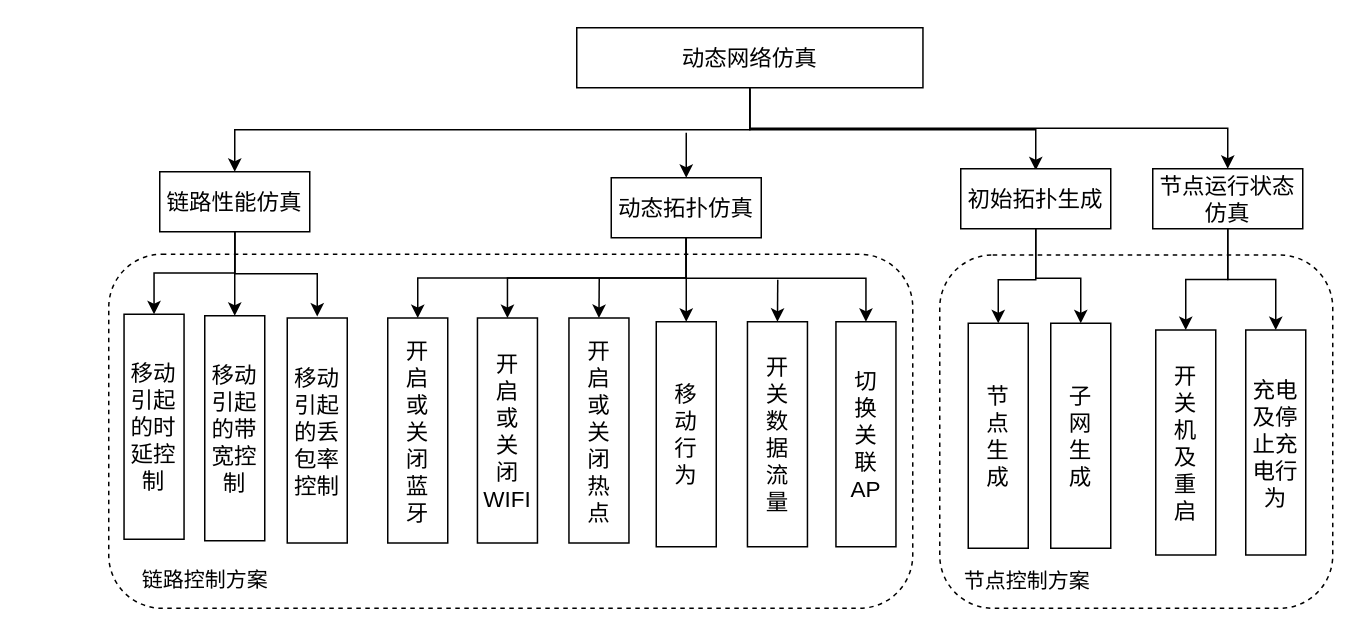
Icarus1994/neutron_conf keeps this draw.io diagram as page "动态网络仿真需求" (6 of 7) of 网络控制技术_流程图.drawio. Above is the earlier version. Source tidied: cells renumbered, new cells numbered last; positions are measured from the earlier drawing's top-left corner, leaving out a move shared by most shapes. Both pictures are drawn from the tidied source at 150%, with x=0, y=0 at pixel (108, 27).
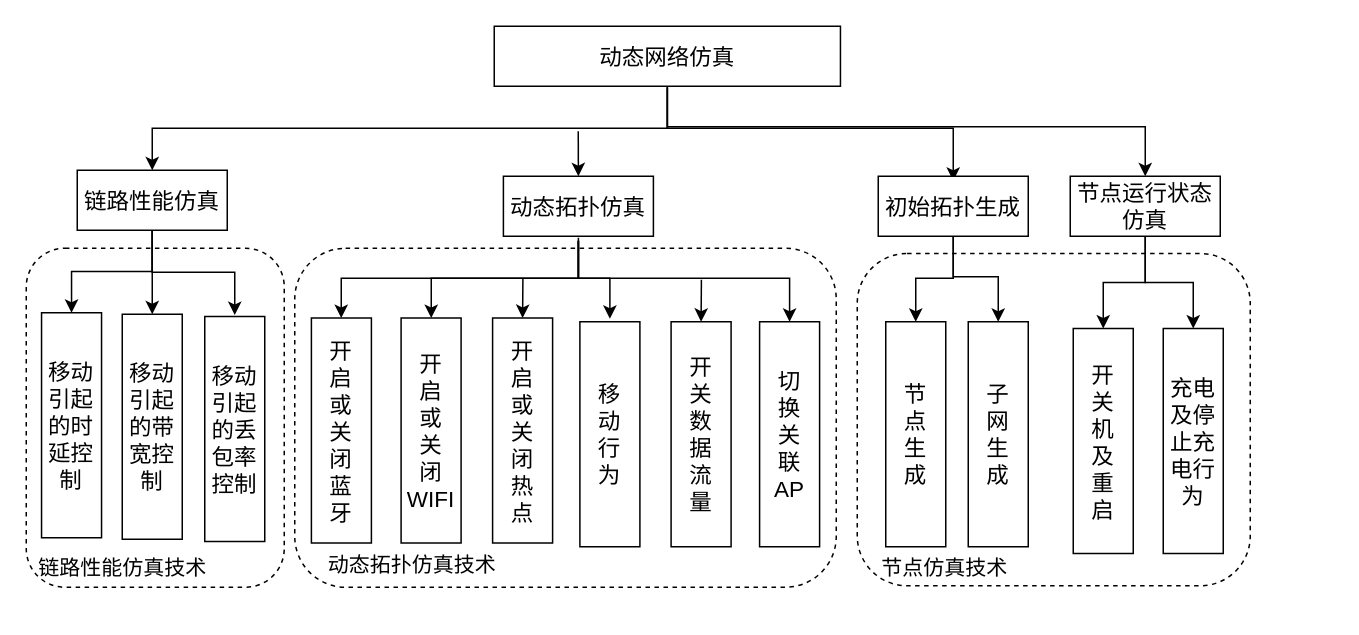
After the change.

What changed in the source:
```diff
@@
+    <mxCell id="41" style="rounded=1;whiteSpace=wrap;html=1;dashed=1;" parent="1" vertex="1">
+      <mxGeometry x="124" y="147" width="361" height="226" as="geometry" />
+    </mxCell>
     <mxCell id="2" style="rounded=1;whiteSpace=wrap;html=1;dashed=1;" parent="1" vertex="1">
-      <mxGeometry y="151" width="536" height="236" as="geometry" />
+      <mxGeometry x="-55" y="147" width="172" height="226" as="geometry" />
     </mxCell>
     <mxCell id="3" style="rounded=1;whiteSpace=wrap;html=1;dashed=1;" parent="1" vertex="1">
-      <mxGeometry x="554" y="151.5" width="262" height="235.5" as="geometry" />
+      <mxGeometry x="499" y="150.5" width="262" height="221.5" as="geometry" />
     </mxCell>
-    <mxCell id="4" style="edgeStyle=orthogonalEdgeStyle;rounded=0;orthogonalLoop=1;jettySize=auto;html=1;exitX=0.5;exitY=1;exitDx=0;exitDy=0;entryX=0.5;entryY=0;entryDx=0;entryDy=0;" parent="1" edge="1">
+    <mxCell id="4" style="edgeStyle=orthogonalEdgeStyle;rounded=0;orthogonalLoop=1;jettySize=auto;html=1;exitX=0.5;exitY=1;exitDx=0;exitDy=0;" parent="1" edge="1">
       <mxGeometry relative="1" as="geometry">
-        <mxPoint x="427.4" y="41" as="sourcePoint" />
-        <mxPoint x="618" y="95" as="targetPoint" />
+        <mxPoint x="372.4" y="40" as="sourcePoint" />
+        <mxPoint x="563" y="102" as="targetPoint" />
         <Array as="points">
-          <mxPoint x="427" y="68" />
-          <mxPoint x="618" y="68" />
+          <mxPoint x="372" y="67" />
+          <mxPoint x="563" y="67" />
         </Array>
       </mxGeometry>
     </mxCell>
     <mxCell id="5" style="edgeStyle=orthogonalEdgeStyle;rounded=0;jettySize=auto;html=1;exitX=0.5;exitY=1;exitDx=0;exitDy=0;entryX=0.5;entryY=0;entryDx=0;entryDy=0;" parent="1" edge="1" source="8" target="17">
       <mxGeometry relative="1" as="geometry">
         <Array as="points">
-          <mxPoint x="427" y="68" />
-          <mxPoint x="84" y="68" />
+          <mxPoint x="372" y="67" />
+          <mxPoint x="29" y="67" />
         </Array>
       </mxGeometry>
     </mxCell>
     <mxCell id="6" style="edgeStyle=orthogonalEdgeStyle;rounded=0;jettySize=auto;html=1;entryX=0.5;entryY=0;entryDx=0;entryDy=0;" parent="1" edge="1" target="24">
       <mxGeometry relative="1" as="geometry">
-        <mxPoint x="385" y="70" as="sourcePoint" />
+        <mxPoint x="313" y="69" as="sourcePoint" />
       </mxGeometry>
     </mxCell>
     <mxCell id="7" style="edgeStyle=elbowEdgeStyle;rounded=0;jettySize=auto;html=1;exitX=0.5;exitY=1;exitDx=0;exitDy=0;entryX=0.5;entryY=0;entryDx=0;entryDy=0;elbow=vertical;" parent="1" edge="1" source="8" target="27">
       <mxGeometry relative="1" as="geometry">
         <Array as="points">
-          <mxPoint x="685" y="67" />
+          <mxPoint x="630" y="66" />
         </Array>
       </mxGeometry>
     </mxCell>
     <mxCell id="8" value="&lt;font style=&quot;font-size: 15px&quot;&gt;动态网络仿真&lt;/font&gt;" style="rounded=0;whiteSpace=wrap;html=1;strokeWidth=1;fontSize=15;" parent="1" vertex="1">
-      <mxGeometry x="312" width="230.8" height="40" as="geometry" />
+      <mxGeometry x="257" y="-1" width="230.8" height="40" as="geometry" />
     </mxCell>
     <mxCell id="9" style="edgeStyle=orthogonalEdgeStyle;rounded=0;jettySize=auto;html=1;exitX=0.5;exitY=1;exitDx=0;exitDy=0;entryX=0.5;entryY=0;entryDx=0;entryDy=0;" parent="1" edge="1" source="11" target="12">
       <mxGeometry relative="1" as="geometry">
         <Array as="points">
-          <mxPoint x="618" y="168" />
-          <mxPoint x="593" y="168" />
+          <mxPoint x="563" y="167" />
+          <mxPoint x="538" y="167" />
         </Array>
       </mxGeometry>
     </mxCell>
     <mxCell id="10" style="edgeStyle=orthogonalEdgeStyle;rounded=0;jettySize=auto;html=1;exitX=0.5;exitY=1;exitDx=0;exitDy=0;entryX=0.5;entryY=0;entryDx=0;entryDy=0;" parent="1" edge="1" source="11" target="13">
       <mxGeometry relative="1" as="geometry">
         <Array as="points">
-          <mxPoint x="618" y="167" />
-          <mxPoint x="648" y="167" />
+          <mxPoint x="563" y="166" />
+          <mxPoint x="593" y="166" />
         </Array>
       </mxGeometry>
     </mxCell>
     <mxCell id="11" value="&lt;font style=&quot;font-size: 15px&quot;&gt;初始拓扑生成&lt;/font&gt;" style="rounded=0;whiteSpace=wrap;html=1;strokeWidth=1;fontSize=15;" parent="1" vertex="1">
-      <mxGeometry x="568" y="94" width="100" height="40" as="geometry" />
+      <mxGeometry x="513" y="99" width="100" height="40" as="geometry" />
     </mxCell>
     <mxCell id="12" value="节&lt;br&gt;点&lt;br&gt;生&lt;br&gt;成" style="rounded=0;whiteSpace=wrap;html=1;strokeWidth=1;fontSize=15;" parent="1" vertex="1">
-      <mxGeometry x="573" y="197" width="40" height="150" as="geometry" />
+      <mxGeometry x="518" y="196" width="40" height="150" as="geometry" />
     </mxCell>
     <mxCell id="13" value="子&lt;br&gt;网&lt;br&gt;生&lt;br&gt;成" style="rounded=0;whiteSpace=wrap;html=1;strokeWidth=1;fontSize=15;" parent="1" vertex="1">
-      <mxGeometry x="628" y="197" width="40" height="150" as="geometry" />
+      <mxGeometry x="573" y="196" width="40" height="150" as="geometry" />
     </mxCell>
@@
     <mxCell id="16" style="edgeStyle=orthogonalEdgeStyle;rounded=0;orthogonalLoop=1;jettySize=auto;html=1;exitX=0.5;exitY=1;exitDx=0;exitDy=0;entryX=0.5;entryY=0;entryDx=0;entryDy=0;" parent="1" edge="1">
       <mxGeometry relative="1" as="geometry">
-        <mxPoint x="84" y="135" as="sourcePoint" />
-        <mxPoint x="139" y="192.5" as="targetPoint" />
+        <mxPoint x="29" y="134" as="sourcePoint" />
+        <mxPoint x="84" y="191.5" as="targetPoint" />
         <Array as="points">
-          <mxPoint x="84" y="164" />
-          <mxPoint x="139" y="164" />
+          <mxPoint x="29" y="163" />
+          <mxPoint x="84" y="163" />
         </Array>
       </mxGeometry>
     </mxCell>
     <mxCell id="17" value="&lt;font style=&quot;font-size: 15px&quot;&gt;链路性能仿真&lt;/font&gt;" style="rounded=0;whiteSpace=wrap;html=1;strokeWidth=1;fontSize=15;" parent="1" vertex="1">
-      <mxGeometry x="34" y="96" width="100" height="40" as="geometry" />
+      <mxGeometry x="-21" y="95" width="100" height="40" as="geometry" />
     </mxCell>
-    <mxCell id="18" style="edgeStyle=orthogonalEdgeStyle;rounded=0;jettySize=auto;html=1;exitX=0.5;exitY=1;exitDx=0;exitDy=0;" parent="1" edge="1" source="24" target="30">
-      <mxGeometry relative="1" as="geometry" />
+    <mxCell id="18" style="edgeStyle=orthogonalEdgeStyle;rounded=0;jettySize=auto;html=1;exitX=0.5;exitY=1;exitDx=0;exitDy=0;" parent="1" edge="1" target="30">
+      <mxGeometry relative="1" as="geometry">
+        <mxPoint x="313.1" y="142" as="sourcePoint" />
+        <Array as="points">
+          <mxPoint x="313" y="167" />
+          <mxPoint x="155" y="167" />
+        </Array>
+      </mxGeometry>
     </mxCell>
-    <mxCell id="19" style="edgeStyle=orthogonalEdgeStyle;rounded=0;jettySize=auto;html=1;exitX=0.5;exitY=1;exitDx=0;exitDy=0;" parent="1" edge="1" source="24" target="32">
-      <mxGeometry relative="1" as="geometry" />
+    <mxCell id="19" style="edgeStyle=orthogonalEdgeStyle;rounded=0;jettySize=auto;html=1;exitX=0.5;exitY=1;exitDx=0;exitDy=0;" parent="1" edge="1" target="32">
+      <mxGeometry relative="1" as="geometry">
+        <mxPoint x="313.1" y="142" as="sourcePoint" />
+        <Array as="points">
+          <mxPoint x="313" y="167" />
+          <mxPoint x="215" y="167" />
+        </Array>
+      </mxGeometry>
     </mxCell>
     <mxCell id="20" style="edgeStyle=orthogonalEdgeStyle;rounded=0;jettySize=auto;html=1;entryX=0.5;entryY=0;entryDx=0;entryDy=0;" parent="1" edge="1" target="37">
       <mxGeometry relative="1" as="geometry">
-        <mxPoint x="327" y="167" as="sourcePoint" />
+        <mxPoint x="276.1" y="167" as="sourcePoint" />
       </mxGeometry>
     </mxCell>
-    <mxCell id="21" style="edgeStyle=orthogonalEdgeStyle;rounded=0;jettySize=auto;html=1;exitX=0.5;exitY=1;exitDx=0;exitDy=0;entryX=0.5;entryY=0;entryDx=0;entryDy=0;" parent="1" edge="1" source="24" target="38">
-      <mxGeometry relative="1" as="geometry" />
+    <mxCell id="21" style="edgeStyle=orthogonalEdgeStyle;rounded=0;orthogonalLoop=1;jettySize=auto;html=1;exitX=0.5;exitY=1;exitDx=0;exitDy=0;entryX=0.5;entryY=0;entryDx=0;entryDy=0;" parent="1" edge="1">
+      <mxGeometry relative="1" as="geometry">
+        <mxPoint x="313.1" y="140" as="sourcePoint" />
+        <mxPoint x="334.1" y="194" as="targetPoint" />
+        <Array as="points">
+          <mxPoint x="313" y="167" />
+          <mxPoint x="334" y="167" />
+        </Array>
+      </mxGeometry>
     </mxCell>
     <mxCell id="22" style="edgeStyle=orthogonalEdgeStyle;rounded=0;jettySize=auto;html=1;entryX=0.5;entryY=0;entryDx=0;entryDy=0;" parent="1" edge="1" target="39">
       <mxGeometry relative="1" as="geometry">
-        <mxPoint x="446" y="168" as="sourcePoint" />
+        <mxPoint x="395.1" y="168" as="sourcePoint" />
       </mxGeometry>
     </mxCell>
     <mxCell id="23" style="edgeStyle=orthogonalEdgeStyle;rounded=0;jettySize=auto;html=1;exitX=0.5;exitY=1;exitDx=0;exitDy=0;entryX=0.5;entryY=0;entryDx=0;entryDy=0;" parent="1" edge="1" target="40">
       <mxGeometry relative="1" as="geometry">
-        <mxPoint x="385" y="138" as="sourcePoint" />
+        <mxPoint x="313.1" y="142" as="sourcePoint" />
         <Array as="points">
-          <mxPoint x="385" y="167" />
-          <mxPoint x="505" y="167" />
+          <mxPoint x="313" y="167" />
+          <mxPoint x="454" y="167" />
         </Array>
       </mxGeometry>
     </mxCell>
     <mxCell id="24" value="&lt;font style=&quot;font-size: 15px&quot;&gt;动态拓扑仿真&lt;/font&gt;" style="rounded=0;whiteSpace=wrap;html=1;strokeWidth=1;fontSize=15;" parent="1" vertex="1">
-      <mxGeometry x="335" y="100" width="100" height="40" as="geometry" />
+      <mxGeometry x="263.1" y="99" width="100" height="40" as="geometry" />
     </mxCell>
@@
     <mxCell id="27" value="&lt;font style=&quot;font-size: 15px&quot;&gt;节点运行状态仿真&lt;/font&gt;" style="rounded=0;whiteSpace=wrap;html=1;strokeWidth=1;fontSize=15;" parent="1" vertex="1">
-      <mxGeometry x="696" y="94" width="100" height="40" as="geometry" />
+      <mxGeometry x="641" y="99" width="100" height="40" as="geometry" />
     </mxCell>
     <mxCell id="28" value="充电&lt;br&gt;及停&lt;br&gt;止充&lt;br&gt;电行&lt;br&gt;为" style="rounded=0;whiteSpace=wrap;html=1;strokeWidth=1;fontSize=15;" parent="1" vertex="1">
-      <mxGeometry x="758" y="201.5" width="40" height="150" as="geometry" />
+      <mxGeometry x="703" y="200.5" width="40" height="150" as="geometry" />
     </mxCell>
     <mxCell id="29" value="&lt;font style=&quot;font-size: 15px&quot;&gt;移动&lt;br&gt;引起&lt;br&gt;的时&lt;br&gt;延控&lt;br&gt;制&lt;/font&gt;" style="rounded=0;whiteSpace=wrap;html=1;strokeWidth=1;fontSize=15;" parent="1" vertex="1">
-      <mxGeometry x="10.2" y="191" width="40" height="150" as="geometry" />
+      <mxGeometry x="-44.8" y="190" width="40" height="150" as="geometry" />
     </mxCell>
     <mxCell id="30" value="开&lt;br&gt;启&lt;br&gt;或&lt;br&gt;关&lt;br&gt;闭&lt;br&gt;蓝&lt;br&gt;牙" style="rounded=0;whiteSpace=wrap;html=1;strokeWidth=1;fontSize=15;" parent="1" vertex="1">
-      <mxGeometry x="186" y="193.5" width="40" height="150" as="geometry" />
+      <mxGeometry x="135.1" y="193.5" width="40" height="150" as="geometry" />
     </mxCell>
-    <mxCell id="31" value="&lt;font style=&quot;font-size: 14px&quot;&gt;节点控制方案&lt;/font&gt;" style="text;html=1;align=center;verticalAlign=middle;" parent="1" vertex="1">
-      <mxGeometry x="562" y="358.5" width="100" height="20" as="geometry" />
+    <mxCell id="31" value="&lt;font style=&quot;font-size: 14px&quot;&gt;节点仿真技术&lt;/font&gt;" style="text;html=1;align=center;verticalAlign=middle;" parent="1" vertex="1">
+      <mxGeometry x="510" y="350.5" width="94" height="19" as="geometry" />
     </mxCell>
     <mxCell id="32" value="开&lt;br&gt;启&lt;br&gt;或&lt;br&gt;关&lt;br&gt;闭WIFI" style="rounded=0;whiteSpace=wrap;html=1;strokeWidth=1;fontSize=15;" parent="1" vertex="1">
-      <mxGeometry x="245.8" y="193.5" width="40" height="150" as="geometry" />
+      <mxGeometry x="194.9" y="193.5" width="40" height="150" as="geometry" />
     </mxCell>
     <mxCell id="33" value="移动&lt;br&gt;引起&lt;br&gt;的带&lt;br&gt;宽控&lt;br&gt;制" style="rounded=0;whiteSpace=wrap;html=1;strokeWidth=1;fontSize=15;" parent="1" vertex="1">
-      <mxGeometry x="64" y="192" width="40" height="150" as="geometry" />
+      <mxGeometry x="9" y="191" width="40" height="150" as="geometry" />
     </mxCell>
-    <mxCell id="34" value="&lt;font style=&quot;font-size: 14px&quot;&gt;链路控制方案&lt;/font&gt;" style="text;html=1;align=center;verticalAlign=middle;" parent="1" vertex="1">
-      <mxGeometry x="14" y="357.5" width="100" height="20" as="geometry" />
+    <mxCell id="34" value="&lt;font style=&quot;font-size: 14px&quot;&gt;链路性能仿真技术&lt;/font&gt;" style="text;html=1;align=center;verticalAlign=middle;" parent="1" vertex="1">
+      <mxGeometry x="-52" y="350.5" width="122" height="19" as="geometry" />
     </mxCell>
     <mxCell id="35" value="开&lt;br&gt;关&lt;br&gt;机&lt;br&gt;及&lt;br&gt;重&lt;br&gt;启" style="rounded=0;whiteSpace=wrap;html=1;strokeWidth=1;fontSize=15;" parent="1" vertex="1">
-      <mxGeometry x="698" y="201.5" width="40" height="150" as="geometry" />
+      <mxGeometry x="643" y="200.5" width="40" height="150" as="geometry" />
     </mxCell>
     <mxCell id="36" value="移动&lt;br&gt;引起&lt;br&gt;的丢&lt;br&gt;包率&lt;br&gt;控制" style="rounded=0;whiteSpace=wrap;html=1;strokeWidth=1;fontSize=15;" parent="1" vertex="1">
-      <mxGeometry x="119" y="193.5" width="40" height="150" as="geometry" />
+      <mxGeometry x="64" y="192.5" width="40" height="150" as="geometry" />
     </mxCell>
     <mxCell id="37" value="开&lt;br&gt;启&lt;br&gt;或&lt;br&gt;关&lt;br&gt;闭&lt;br&gt;热&lt;br&gt;点" style="rounded=0;whiteSpace=wrap;html=1;strokeWidth=1;fontSize=15;" parent="1" vertex="1">
-      <mxGeometry x="306.8" y="193.5" width="40" height="150" as="geometry" />
+      <mxGeometry x="255.9" y="193.5" width="40" height="150" as="geometry" />
     </mxCell>
     <mxCell id="38" value="移&lt;br&gt;动&lt;br&gt;行&lt;br&gt;为" style="rounded=0;whiteSpace=wrap;html=1;strokeWidth=1;fontSize=15;" parent="1" vertex="1">
-      <mxGeometry x="365" y="196" width="40" height="150" as="geometry" />
+      <mxGeometry x="314.1" y="196" width="40" height="150" as="geometry" />
     </mxCell>
     <mxCell id="39" value="开&lt;br&gt;关&lt;br&gt;数&lt;br&gt;据&lt;br&gt;流&lt;br&gt;量" style="rounded=0;whiteSpace=wrap;html=1;strokeWidth=1;fontSize=15;" parent="1" vertex="1">
-      <mxGeometry x="425.8" y="196" width="40" height="150" as="geometry" />
+      <mxGeometry x="374.9" y="196" width="40" height="150" as="geometry" />
     </mxCell>
     <mxCell id="40" value="切&lt;br&gt;换&lt;br&gt;关&lt;br&gt;联&lt;br&gt;AP" style="rounded=0;whiteSpace=wrap;html=1;strokeWidth=1;fontSize=15;" parent="1" vertex="1">
-      <mxGeometry x="484.8" y="196" width="40" height="150" as="geometry" />
+      <mxGeometry x="433.9" y="196" width="40" height="150" as="geometry" />
     </mxCell>
+    <mxCell id="42" value="&lt;font style=&quot;font-size: 14px&quot;&gt;动态拓扑仿真技术&lt;/font&gt;" style="text;html=1;align=center;verticalAlign=middle;" parent="1" vertex="1">
+      <mxGeometry x="141.1" y="348.5" width="122" height="19" as="geometry" />
+    </mxCell>
```
